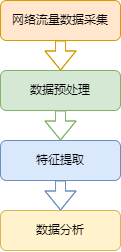
QianQian-L/CAMAI keeps this draw.io diagram as 未命名绘图.drawio.png. Above is the earlier version. Source tidied: cells renumbered, new cells last; positions are measured from the earlier drawing's top-left corner, leaving out a move shared by most shapes.
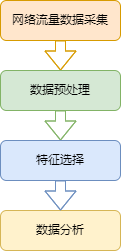
Later version of the same file.

Commit message:
更新未命名绘图.drawio.png

Change to the diagram source:
```diff
@@ -20,7 +20,7 @@
     <mxCell id="7" style="edgeStyle=orthogonalEdgeStyle;rounded=0;jettySize=auto;html=1;shape=flexArrow;strokeColor=#6C8EBF;" parent="1" edge="1" source="8" target="4">
       <mxGeometry relative="1" as="geometry" />
     </mxCell>
-    <mxCell id="8" value="特征提取" style="rounded=1;whiteSpace=wrap;html=1;fontSize=12;glass=0;strokeWidth=1;shadow=0;fillColor=#dae8fc;strokeColor=#6C8EBF;" parent="1" vertex="1">
+    <mxCell id="8" value="特征选择" style="rounded=1;whiteSpace=wrap;html=1;fontSize=12;glass=0;strokeWidth=1;shadow=0;fillColor=#dae8fc;strokeColor=#6C8EBF;" parent="1" vertex="1">
       <mxGeometry y="140" width="120" height="40" as="geometry" />
     </mxCell>
   </root>
```
